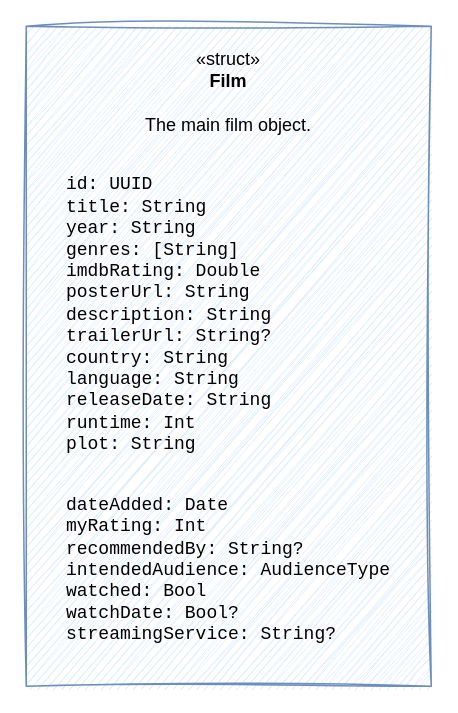
tillg/filmz keeps this draw.io diagram as FilmStructure.drawio. Above is the earlier version. Source tidied: cells renumbered, new cells numbered last; positions are measured from the earlier drawing's top-left corner, leaving out a move shared by most shapes. Both pictures are drawn from the tidied source at 150%, with x=0, y=0 at pixel (26, 26).
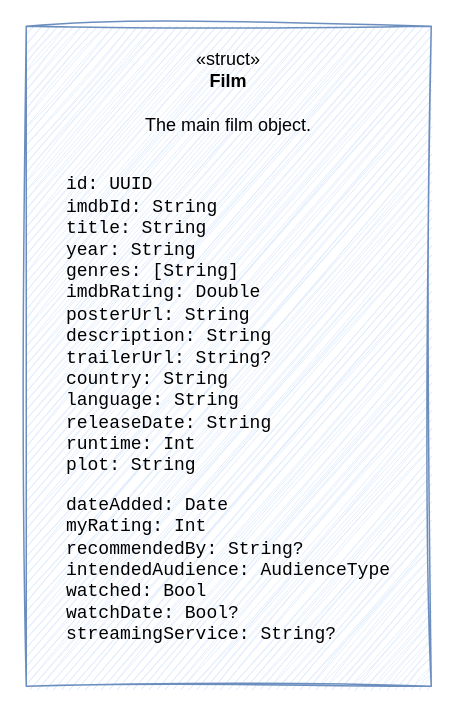
The same page after the edit.

The edit, as a diff of the source:
```diff
@@
 <mxGraphModel>
   <root>
     <mxCell id="0" />
     <mxCell id="1" parent="0" />
-    <mxCell id="2" value="&lt;div&gt;«struct»&lt;br&gt;&lt;/div&gt;&lt;b&gt;Film&lt;/b&gt;&lt;div&gt;&lt;br&gt;&lt;/div&gt;&lt;div&gt;The main film object.&lt;/div&gt;&lt;div&gt;&lt;br&gt;&lt;/div&gt;&lt;pre style=&quot;text-align: left;&quot;&gt;id: UUID&lt;br&gt;title: String&lt;br&gt;year: String&lt;br&gt;genres: [String]&lt;br&gt;&lt;span style=&quot;background-color: transparent; color: light-dark(rgb(0, 0, 0), rgb(255, 255, 255));&quot;&gt;imdbRating: Double&lt;br&gt;&lt;/span&gt;posterUrl: String&lt;br&gt;description: String&lt;br&gt;trailerUrl: String?&lt;br&gt;country: String&lt;br&gt;language: String&lt;br&gt;releaseDate: String&lt;br&gt;runtime: Int&lt;br&gt;plot: String&lt;/pre&gt;&lt;pre style=&quot;text-align: left;&quot;&gt;&lt;br&gt;dateAdded: Date&lt;br&gt;myRating: Int&lt;br&gt;recommendedBy: String?&lt;br&gt;intendedAudience: AudienceType&lt;br&gt;watched: Bool&lt;br&gt;watchDate: Bool?&lt;br&gt;streamingService: String?&lt;/pre&gt;" style="rounded=0;whiteSpace=wrap;html=1;sketch=1;curveFitting=1;jiggle=2;fillColor=#dae8fc;strokeColor=#6c8ebf;" parent="1" vertex="1">
+    <mxCell id="2" value="&lt;div&gt;«struct»&lt;br&gt;&lt;/div&gt;&lt;b&gt;Film&lt;/b&gt;&lt;div&gt;&lt;br&gt;&lt;/div&gt;&lt;div&gt;The main film object.&lt;/div&gt;&lt;div&gt;&lt;br&gt;&lt;/div&gt;&lt;pre style=&quot;text-align: left;&quot;&gt;id: UUID&lt;br/&gt;imdbId: String&lt;br/&gt;title: String&lt;br/&gt;year: String&lt;br/&gt;genres: [String]&lt;br/&gt;imdbRating: Double&lt;br/&gt;posterUrl: String&lt;br/&gt;description: String&lt;br/&gt;trailerUrl: String?&lt;br/&gt;country: String&lt;br/&gt;language: String&lt;br/&gt;releaseDate: String&lt;br/&gt;runtime: Int&lt;br/&gt;plot: String&lt;/pre&gt;&lt;pre style=&quot;text-align: left;&quot;&gt;dateAdded: Date&lt;br&gt;myRating: Int&lt;br&gt;recommendedBy: String?&lt;br&gt;intendedAudience: AudienceType&lt;br&gt;watched: Bool&lt;br&gt;watchDate: Bool?&lt;br&gt;streamingService: String?&lt;/pre&gt;" style="rounded=0;whiteSpace=wrap;html=1;sketch=1;curveFitting=1;jiggle=2;fillColor=#dae8fc;strokeColor=#6c8ebf;" parent="1" vertex="1">
       <mxGeometry width="270" height="440" as="geometry" />
     </mxCell>
   </root>
 </mxGraphModel>
```
